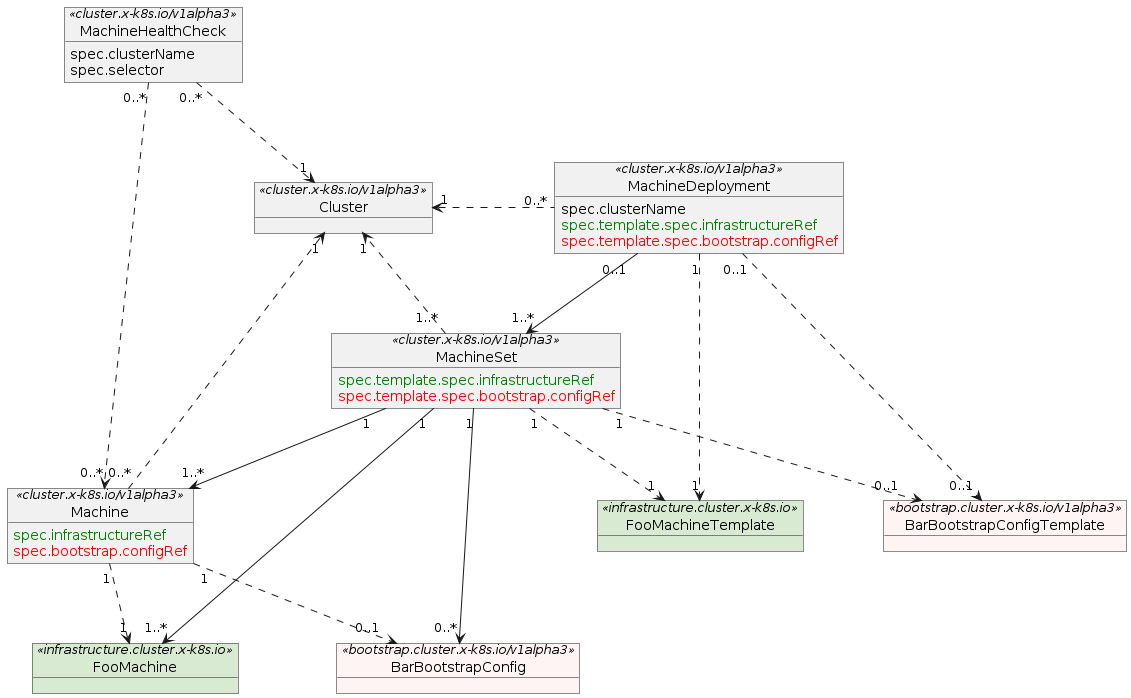
Earlier version of the PlantUML export docs/book/src/images/worker-machines-resources.png (kubernetes-sigs/cluster-api). The source it was exported from:
```plantuml
@startuml worker-machines-resources

skinparam nodesep 80
skinparam ranksep 80
skinparam object {
    backgroundColor<< infrastructure.cluster.x-k8s.io >> #D9EAD3
    backgroundColor<< bootstrap.cluster.x-k8s.io/v1alpha3 >> #FEF4F4
}

object Cluster << cluster.x-k8s.io/v1alpha3 >>
object MachineHealthCheck << cluster.x-k8s.io/v1alpha3 >> {
    spec.clusterName
    spec.selector
}
object MachineDeployment << cluster.x-k8s.io/v1alpha3 >> {
    spec.clusterName
    <font color="Green">spec.template.spec.infrastructureRef</font>
    <font color="Red">spec.template.spec.bootstrap.configRef</font>
}
object MachineSet << cluster.x-k8s.io/v1alpha3 >> {
    <font color="Green">spec.template.spec.infrastructureRef</font>
    <font color="Red">spec.template.spec.bootstrap.configRef</font>
}
object Machine << cluster.x-k8s.io/v1alpha3 >> {
    <font color="Green">spec.infrastructureRef</font>
    <font color="Red">spec.bootstrap.configRef</font>
}

object BarBootstrapConfig << bootstrap.cluster.x-k8s.io/v1alpha3 >>
object BarBootstrapConfigTemplate << bootstrap.cluster.x-k8s.io/v1alpha3 >>

object FooMachineTemplate << infrastructure.cluster.x-k8s.io >>
object FooMachine << infrastructure.cluster.x-k8s.io >>


MachineDeployment "0..*" .left.> "1" Cluster
MachineDeployment "1" ..> "1" FooMachineTemplate
MachineDeployment "0..1" --> "1..*" MachineSet
MachineDeployment "0..1" ..> "0..1" BarBootstrapConfigTemplate
MachineHealthCheck "0..*" ..>  "1" Cluster
MachineHealthCheck "0..*" ..> "0..*" Machine
MachineSet "1..*" ..> "1" Cluster
MachineSet "1" ..> "1" FooMachineTemplate
MachineSet "1" ..> "0..1" BarBootstrapConfigTemplate
MachineSet "1" --> "1..*" Machine
MachineSet "1" --> "1..*" FooMachine
MachineSet "1" --> "0..*" BarBootstrapConfig
Machine "0..*" ..> "1" Cluster
Machine "1" ..> "1" FooMachine
Machine "1" ..> "0..1" BarBootstrapConfig

@endurl
```
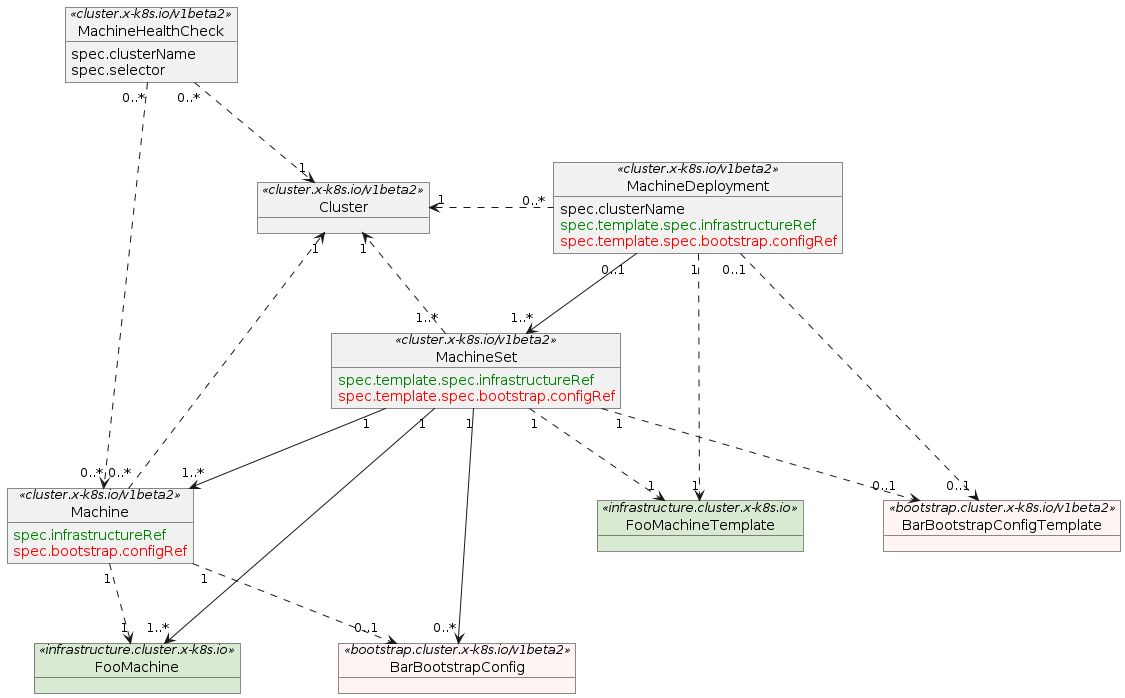
Above is the later version.

The edit, as a diff of the source:
```diff
@@ -4,30 +4,30 @@
 skinparam ranksep 80
 skinparam object {
     backgroundColor<< infrastructure.cluster.x-k8s.io >> #D9EAD3
-    backgroundColor<< bootstrap.cluster.x-k8s.io/v1alpha3 >> #FEF4F4
+    backgroundColor<< bootstrap.cluster.x-k8s.io/v1beta2 >> #FEF4F4
 }
 
-object Cluster << cluster.x-k8s.io/v1alpha3 >>
-object MachineHealthCheck << cluster.x-k8s.io/v1alpha3 >> {
+object Cluster << cluster.x-k8s.io/v1beta2 >>
+object MachineHealthCheck << cluster.x-k8s.io/v1beta2 >> {
     spec.clusterName
     spec.selector
 }
-object MachineDeployment << cluster.x-k8s.io/v1alpha3 >> {
+object MachineDeployment << cluster.x-k8s.io/v1beta2 >> {
     spec.clusterName
     <font color="Green">spec.template.spec.infrastructureRef</font>
     <font color="Red">spec.template.spec.bootstrap.configRef</font>
 }
-object MachineSet << cluster.x-k8s.io/v1alpha3 >> {
+object MachineSet << cluster.x-k8s.io/v1beta2 >> {
     <font color="Green">spec.template.spec.infrastructureRef</font>
     <font color="Red">spec.template.spec.bootstrap.configRef</font>
 }
-object Machine << cluster.x-k8s.io/v1alpha3 >> {
+object Machine << cluster.x-k8s.io/v1beta2 >> {
     <font color="Green">spec.infrastructureRef</font>
     <font color="Red">spec.bootstrap.configRef</font>
 }
 
-object BarBootstrapConfig << bootstrap.cluster.x-k8s.io/v1alpha3 >>
-object BarBootstrapConfigTemplate << bootstrap.cluster.x-k8s.io/v1alpha3 >>
+object BarBootstrapConfig << bootstrap.cluster.x-k8s.io/v1beta2 >>
+object BarBootstrapConfigTemplate << bootstrap.cluster.x-k8s.io/v1beta2 >>
 
 object FooMachineTemplate << infrastructure.cluster.x-k8s.io >>
 object FooMachine << infrastructure.cluster.x-k8s.io >>
```
